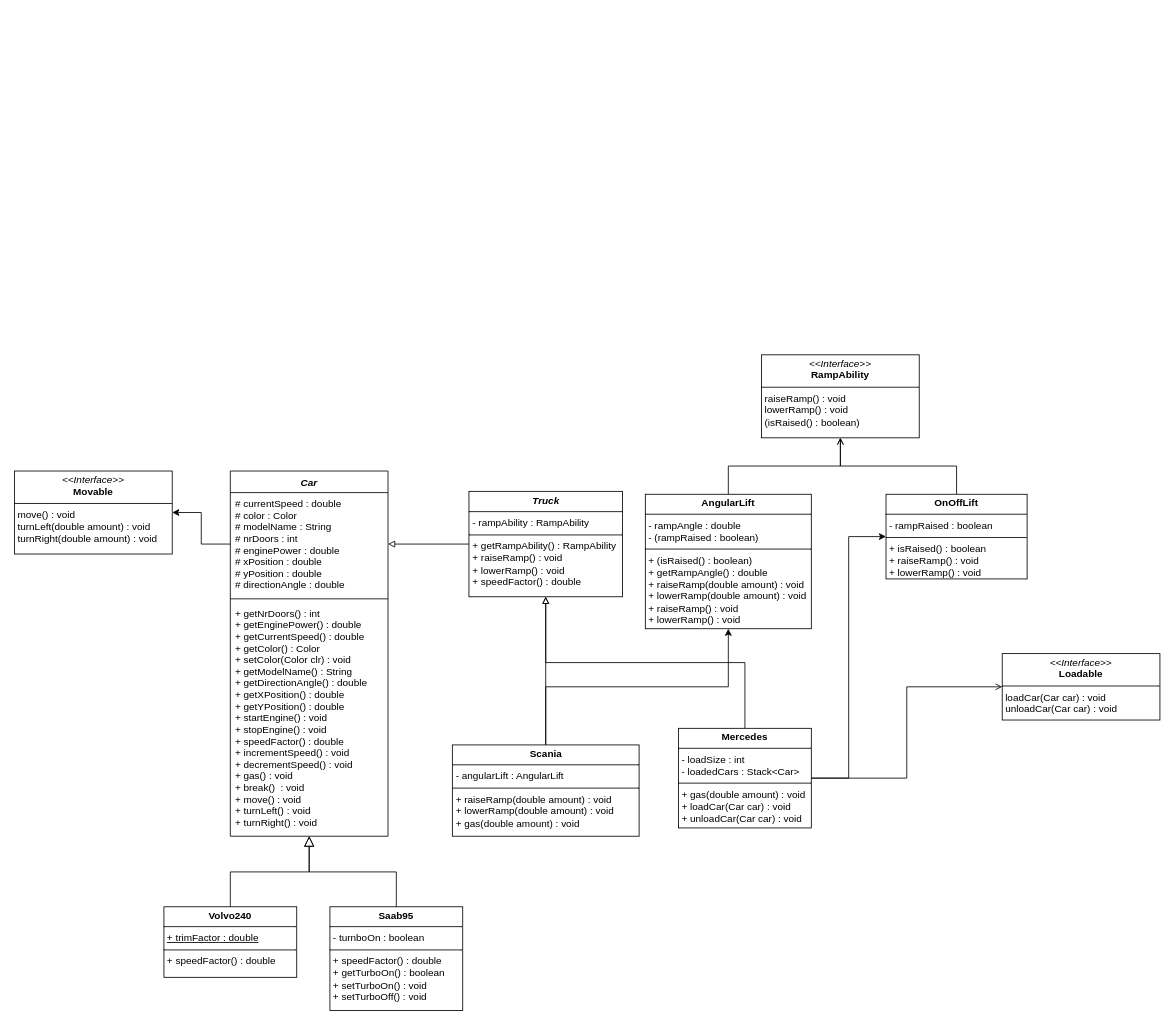
Above: UMLdiagram.drawio in kankodakoda/lab1 (draw.io), before the change. Source tidied: cells renumbered, new cells numbered last; positions are measured from the earlier drawing's top-left corner, leaving out a move shared by most shapes. Both pictures are drawn from the tidied source at 83%, with x=0, y=0 at pixel (14, 354).
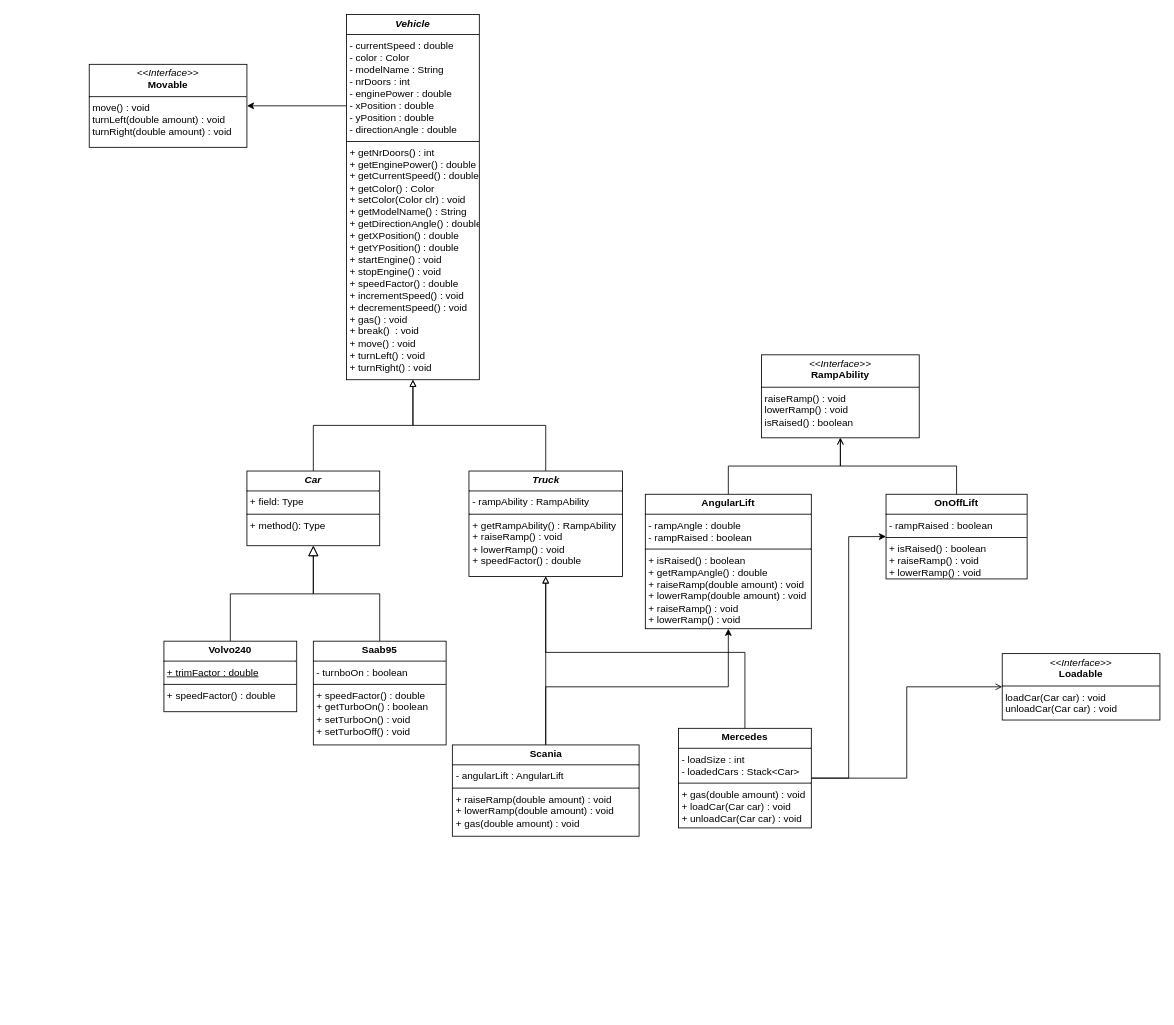
The same page after the edit.

Change to the diagram source:
```diff
@@
-    <mxCell id="2" value="Car" style="swimlane;fontStyle=3;align=center;verticalAlign=top;horizontal=1;startSize=26;rounded=0;shadow=0;strokeWidth=1;" parent="1" vertex="1">
-      <mxGeometry x="260" y="140" width="190" height="440" as="geometry" />
-    </mxCell>
-    <mxCell id="3" value="# currentSpeed : double&#10;# color : Color&#10;# modelName : String&#10;# nrDoors : int&#10;# enginePower : double&#10;# xPosition : double&#10;# yPosition : double&#10;# directionAngle : double&#10;&#10;" style="text;align=left;verticalAlign=top;spacingLeft=4;spacingRight=4;overflow=hidden;points=[[0,0.5],[1,0.5]];portConstraint=eastwest;rounded=0;shadow=0;html=0;" parent="2" vertex="1">
-      <mxGeometry y="26" width="190" height="124" as="geometry" />
-    </mxCell>
-    <mxCell id="4" style="line;html=1;strokeWidth=1;align=left;verticalAlign=middle;spacingTop=-1;spacingLeft=3;spacingRight=3;labelPosition=right;" parent="2" vertex="1">
-      <mxGeometry y="150" width="190" height="8" as="geometry" />
-    </mxCell>
-    <mxCell id="5" value="+ getNrDoors() : int&#10;+ getEnginePower() : double&#10;+ getCurrentSpeed() : double&#10;+ getColor() : Color&#10;+ setColor(Color clr) : void&#10;+ getModelName() : String&#10;+ getDirectionAngle() : double&#10;+ getXPosition() : double&#10;+ getYPosition() : double&#10;+ startEngine() : void&#10;+ stopEngine() : void&#10;+ speedFactor() : double&#10;+ incrementSpeed() : void&#10;+ decrementSpeed() : void&#10;+ gas() : void&#10;+ break()  : void&#10;+ move() : void&#10;+ turnLeft() : void&#10;+ turnRight() : void" style="text;align=left;verticalAlign=top;spacingLeft=4;spacingRight=4;overflow=hidden;" parent="2" vertex="1">
-      <mxGeometry y="158" width="190" height="282" as="geometry" />
-    </mxCell>
-    <mxCell id="6" style="endArrow=block;endSize=10;endFill=0;shadow=0;strokeWidth=1;rounded=0;curved=0;edgeStyle=elbowEdgeStyle;elbow=vertical;exitX=0.5;exitY=0;exitDx=0;exitDy=0;" parent="1" edge="1" source="8" target="2">
+    <mxCell id="6" style="endArrow=block;endSize=10;endFill=0;shadow=0;strokeWidth=1;rounded=0;curved=0;edgeStyle=elbowEdgeStyle;elbow=vertical;exitX=0.5;exitY=0;exitDx=0;exitDy=0;entryX=0.5;entryY=1;entryDx=0;entryDy=0;" parent="1" edge="1" source="8" target="30">
       <mxGeometry relative="1" as="geometry" />
     </mxCell>
-    <mxCell id="7" style="endArrow=block;endSize=10;endFill=0;shadow=0;strokeWidth=1;rounded=0;curved=0;edgeStyle=elbowEdgeStyle;elbow=vertical;exitX=0.5;exitY=0;exitDx=0;exitDy=0;" parent="1" edge="1" source="9" target="2">
+    <mxCell id="7" style="endArrow=block;endSize=10;endFill=0;shadow=0;strokeWidth=1;rounded=0;curved=0;edgeStyle=elbowEdgeStyle;elbow=vertical;exitX=0.5;exitY=0;exitDx=0;exitDy=0;entryX=0.5;entryY=1;entryDx=0;entryDy=0;" parent="1" edge="1" source="9" target="30">
       <mxGeometry relative="1" as="geometry" />
     </mxCell>
     <mxCell id="8" value="&lt;p style=&quot;margin:0px;margin-top:4px;text-align:center;&quot;&gt;&lt;b&gt;Volvo240&lt;/b&gt;&lt;/p&gt;&lt;hr size=&quot;1&quot; style=&quot;border-style:solid;&quot;&gt;&lt;p style=&quot;margin:0px;margin-left:4px;&quot;&gt;&lt;u&gt;+ trimFactor : double&lt;/u&gt;&lt;/p&gt;&lt;hr size=&quot;1&quot; style=&quot;border-style:solid;&quot;&gt;&lt;p style=&quot;margin:0px;margin-left:4px;&quot;&gt;+ speedFactor() : double&lt;/p&gt;" style="verticalAlign=top;align=left;overflow=fill;html=1;whiteSpace=wrap;" parent="1" vertex="1">
-      <mxGeometry x="180" y="665" width="160" height="85" as="geometry" />
+      <mxGeometry x="180" y="345" width="160" height="85" as="geometry" />
     </mxCell>
     <mxCell id="9" value="&lt;p style=&quot;margin:0px;margin-top:4px;text-align:center;&quot;&gt;&lt;b&gt;Saab95&lt;/b&gt;&lt;/p&gt;&lt;hr size=&quot;1&quot; style=&quot;border-style:solid;&quot;&gt;&lt;p style=&quot;margin:0px;margin-left:4px;&quot;&gt;- turnboOn : boolean&lt;/p&gt;&lt;hr size=&quot;1&quot; style=&quot;border-style:solid;&quot;&gt;&lt;p style=&quot;margin:0px;margin-left:4px;&quot;&gt;+ speedFactor() : double&lt;/p&gt;&lt;p style=&quot;margin:0px;margin-left:4px;&quot;&gt;+ getTurboOn() : boolean&lt;/p&gt;&lt;p style=&quot;margin:0px;margin-left:4px;&quot;&gt;+ setTurboOn() : void&lt;/p&gt;&lt;p style=&quot;margin:0px;margin-left:4px;&quot;&gt;+ setTurboOff() : void&lt;/p&gt;" style="verticalAlign=top;align=left;overflow=fill;html=1;whiteSpace=wrap;" parent="1" vertex="1">
-      <mxGeometry x="380" y="665" width="160" height="125" as="geometry" />
+      <mxGeometry x="360" y="345" width="160" height="125" as="geometry" />
     </mxCell>
-    <mxCell id="10" style="edgeStyle=orthogonalEdgeStyle;rounded=0;jettySize=auto;html=1;endArrow=block;endFill=0;" parent="1" edge="1" source="11" target="3">
+    <mxCell id="10" style="edgeStyle=orthogonalEdgeStyle;rounded=0;jettySize=auto;html=1;endArrow=block;endFill=0;entryX=0.5;entryY=1;entryDx=0;entryDy=0;" parent="1" edge="1" source="11" target="28">
       <mxGeometry relative="1" as="geometry" />
     </mxCell>
     <mxCell id="11" value="&lt;p style=&quot;margin:0px;margin-top:4px;text-align:center;&quot;&gt;&lt;b&gt;&lt;i&gt;Truck&lt;/i&gt;&lt;/b&gt;&lt;/p&gt;&lt;hr size=&quot;1&quot; style=&quot;border-style:solid;&quot;&gt;&lt;p style=&quot;margin:0px;margin-left:4px;&quot;&gt;- rampAbility : RampAbility&lt;/p&gt;&lt;hr size=&quot;1&quot; style=&quot;border-style:solid;&quot;&gt;&lt;p style=&quot;margin:0px;margin-left:4px;&quot;&gt;+ getRampAbility() : RampAbility&lt;/p&gt;&lt;p style=&quot;margin:0px;margin-left:4px;&quot;&gt;+ raiseRamp() : void&lt;/p&gt;&lt;p style=&quot;margin:0px;margin-left:4px;&quot;&gt;+ lowerRamp() : void&lt;/p&gt;&lt;p style=&quot;margin:0px;margin-left:4px;&quot;&gt;+ speedFactor() : double&lt;/p&gt;" style="verticalAlign=top;align=left;overflow=fill;html=1;whiteSpace=wrap;" parent="1" vertex="1">
-      <mxGeometry x="547.5" y="164.5" width="185" height="127" as="geometry" />
+      <mxGeometry x="547.5" y="140" width="185" height="127" as="geometry" />
     </mxCell>
@@
     <mxCell id="18" value="&lt;p style=&quot;margin:0px;margin-top:4px;text-align:center;&quot;&gt;&lt;i&gt;&amp;lt;&amp;lt;Interface&amp;gt;&amp;gt;&lt;/i&gt;&lt;br&gt;&lt;b&gt;Movable&lt;/b&gt;&lt;/p&gt;&lt;hr size=&quot;1&quot; style=&quot;border-style:solid;&quot;&gt;&lt;p style=&quot;margin:0px;margin-left:4px;&quot;&gt;move() : void&lt;/p&gt;&lt;p style=&quot;margin:0px;margin-left:4px;&quot;&gt;turnLeft(double amount) : void&lt;/p&gt;&lt;p style=&quot;margin:0px;margin-left:4px;&quot;&gt;turnRight(double amount) : void&lt;/p&gt;" style="verticalAlign=top;align=left;overflow=fill;html=1;whiteSpace=wrap;" parent="1" vertex="1">
-      <mxGeometry y="140" width="190" height="100" as="geometry" />
+      <mxGeometry x="90" y="-350" width="190" height="100" as="geometry" />
     </mxCell>
-    <mxCell id="19" style="edgeStyle=orthogonalEdgeStyle;rounded=0;jettySize=auto;html=1;exitX=0;exitY=0.5;exitDx=0;exitDy=0;entryX=1;entryY=0.5;entryDx=0;entryDy=0;" parent="1" edge="1" source="3" target="18">
+    <mxCell id="19" style="edgeStyle=orthogonalEdgeStyle;rounded=0;jettySize=auto;html=1;exitX=0;exitY=0.25;exitDx=0;exitDy=0;entryX=1;entryY=0.5;entryDx=0;entryDy=0;" parent="1" edge="1" source="28" target="18">
       <mxGeometry relative="1" as="geometry" />
     </mxCell>
-    <mxCell id="20" value="&lt;p style=&quot;margin:0px;margin-top:4px;text-align:center;&quot;&gt;&lt;i&gt;&amp;lt;&amp;lt;Interface&amp;gt;&amp;gt;&lt;/i&gt;&lt;br&gt;&lt;b&gt;RampAbility&lt;/b&gt;&lt;/p&gt;&lt;hr size=&quot;1&quot; style=&quot;border-style:solid;&quot;&gt;&lt;p style=&quot;margin:0px;margin-left:4px;&quot;&gt;raiseRamp() : void&lt;/p&gt;&lt;p style=&quot;margin:0px;margin-left:4px;&quot;&gt;lowerRamp() : void&lt;/p&gt;&lt;p style=&quot;margin:0px;margin-left:4px;&quot;&gt;(isRaised() : boolean)&lt;/p&gt;" style="verticalAlign=top;align=left;overflow=fill;html=1;whiteSpace=wrap;" parent="1" vertex="1">
+    <mxCell id="20" value="&lt;p style=&quot;margin:0px;margin-top:4px;text-align:center;&quot;&gt;&lt;i&gt;&amp;lt;&amp;lt;Interface&amp;gt;&amp;gt;&lt;/i&gt;&lt;br&gt;&lt;b&gt;RampAbility&lt;/b&gt;&lt;/p&gt;&lt;hr size=&quot;1&quot; style=&quot;border-style:solid;&quot;&gt;&lt;p style=&quot;margin:0px;margin-left:4px;&quot;&gt;raiseRamp() : void&lt;/p&gt;&lt;p style=&quot;margin:0px;margin-left:4px;&quot;&gt;lowerRamp() : void&lt;/p&gt;&lt;p style=&quot;margin:0px;margin-left:4px;&quot;&gt;isRaised() : boolean&lt;/p&gt;" style="verticalAlign=top;align=left;overflow=fill;html=1;whiteSpace=wrap;" parent="1" vertex="1">
       <mxGeometry x="900" width="190" height="100" as="geometry" />
     </mxCell>
@@
-    <mxCell id="22" value="&lt;p style=&quot;margin:0px;margin-top:4px;text-align:center;&quot;&gt;&lt;b&gt;AngularLift&lt;/b&gt;&lt;/p&gt;&lt;hr size=&quot;1&quot; style=&quot;border-style:solid;&quot;&gt;&lt;p style=&quot;margin:0px;margin-left:4px;&quot;&gt;- rampAngle : double&lt;/p&gt;&lt;p style=&quot;margin:0px;margin-left:4px;&quot;&gt;- (rampRaised : boolean)&lt;/p&gt;&lt;hr size=&quot;1&quot; style=&quot;border-style:solid;&quot;&gt;&lt;p style=&quot;margin: 0px 0px 0px 4px;&quot;&gt;+ (isRaised() : boolean)&lt;/p&gt;&lt;p style=&quot;margin: 0px 0px 0px 4px;&quot;&gt;+ getRampAngle() : double&lt;/p&gt;&lt;p style=&quot;margin: 0px 0px 0px 4px;&quot;&gt;+ raiseRamp(double amount) : void&lt;/p&gt;&lt;p style=&quot;margin: 0px 0px 0px 4px;&quot;&gt;+ lowerRamp(double amount) : void&lt;/p&gt;&lt;p style=&quot;margin: 0px 0px 0px 4px;&quot;&gt;+ raiseRamp() : void&lt;/p&gt;&lt;p style=&quot;margin: 0px 0px 0px 4px;&quot;&gt;+ lowerRamp() : void&lt;/p&gt;" style="verticalAlign=top;align=left;overflow=fill;html=1;whiteSpace=wrap;" parent="1" vertex="1">
+    <mxCell id="22" value="&lt;p style=&quot;margin:0px;margin-top:4px;text-align:center;&quot;&gt;&lt;b&gt;AngularLift&lt;/b&gt;&lt;/p&gt;&lt;hr size=&quot;1&quot; style=&quot;border-style:solid;&quot;&gt;&lt;p style=&quot;margin:0px;margin-left:4px;&quot;&gt;- rampAngle : double&lt;/p&gt;&lt;p style=&quot;margin:0px;margin-left:4px;&quot;&gt;- rampRaised : boolean&lt;/p&gt;&lt;hr size=&quot;1&quot; style=&quot;border-style:solid;&quot;&gt;&lt;p style=&quot;margin: 0px 0px 0px 4px;&quot;&gt;+ isRaised() : boolean&lt;/p&gt;&lt;p style=&quot;margin: 0px 0px 0px 4px;&quot;&gt;+ getRampAngle() : double&lt;/p&gt;&lt;p style=&quot;margin: 0px 0px 0px 4px;&quot;&gt;+ raiseRamp(double amount) : void&lt;/p&gt;&lt;p style=&quot;margin: 0px 0px 0px 4px;&quot;&gt;+ lowerRamp(double amount) : void&lt;/p&gt;&lt;p style=&quot;margin: 0px 0px 0px 4px;&quot;&gt;+ raiseRamp() : void&lt;/p&gt;&lt;p style=&quot;margin: 0px 0px 0px 4px;&quot;&gt;+ lowerRamp() : void&lt;/p&gt;" style="verticalAlign=top;align=left;overflow=fill;html=1;whiteSpace=wrap;" parent="1" vertex="1">
       <mxGeometry x="760" y="168" width="200" height="162" as="geometry" />
     </mxCell>
@@
+    <mxCell id="28" value="&lt;p style=&quot;margin:0px;margin-top:4px;text-align:center;&quot;&gt;&lt;b&gt;&lt;i&gt;Vehicle&lt;/i&gt;&lt;/b&gt;&lt;/p&gt;&lt;hr size=&quot;1&quot; style=&quot;border-style:solid;&quot;&gt;&lt;p style=&quot;margin:0px;margin-left:4px;&quot;&gt;&lt;span style=&quot;text-wrap: nowrap;&quot;&gt;- currentSpeed : double&lt;/span&gt;&lt;br style=&quot;padding: 0px; margin: 0px; text-wrap: nowrap;&quot;&gt;&lt;span style=&quot;text-wrap: nowrap;&quot;&gt;- color : Color&lt;/span&gt;&lt;br style=&quot;padding: 0px; margin: 0px; text-wrap: nowrap;&quot;&gt;&lt;span style=&quot;text-wrap: nowrap;&quot;&gt;- modelName : String&lt;/span&gt;&lt;br style=&quot;padding: 0px; margin: 0px; text-wrap: nowrap;&quot;&gt;&lt;span style=&quot;text-wrap: nowrap;&quot;&gt;- nrDoors : int&lt;/span&gt;&lt;br style=&quot;padding: 0px; margin: 0px; text-wrap: nowrap;&quot;&gt;&lt;span style=&quot;text-wrap: nowrap;&quot;&gt;- enginePower : double&lt;/span&gt;&lt;br style=&quot;padding: 0px; margin: 0px; text-wrap: nowrap;&quot;&gt;&lt;span style=&quot;text-wrap: nowrap;&quot;&gt;- xPosition : double&lt;/span&gt;&lt;br style=&quot;padding: 0px; margin: 0px; text-wrap: nowrap;&quot;&gt;&lt;span style=&quot;text-wrap: nowrap;&quot;&gt;- yPosition : double&lt;/span&gt;&lt;br style=&quot;padding: 0px; margin: 0px; text-wrap: nowrap;&quot;&gt;&lt;span style=&quot;text-wrap: nowrap;&quot;&gt;- directionAngle : double&lt;/span&gt;&lt;br&gt;&lt;/p&gt;&lt;hr size=&quot;1&quot; style=&quot;border-style:solid;&quot;&gt;&lt;p style=&quot;margin:0px;margin-left:4px;&quot;&gt;&lt;span style=&quot;text-wrap: nowrap;&quot;&gt;+ getNrDoors() : int&lt;/span&gt;&lt;br style=&quot;padding: 0px; margin: 0px; text-wrap: nowrap;&quot;&gt;&lt;span style=&quot;text-wrap: nowrap;&quot;&gt;+ getEnginePower() : double&lt;/span&gt;&lt;br style=&quot;padding: 0px; margin: 0px; text-wrap: nowrap;&quot;&gt;&lt;span style=&quot;text-wrap: nowrap;&quot;&gt;+ getCurrentSpeed() : double&lt;/span&gt;&lt;br style=&quot;padding: 0px; margin: 0px; text-wrap: nowrap;&quot;&gt;&lt;span style=&quot;text-wrap: nowrap;&quot;&gt;+ getColor() : Color&lt;/span&gt;&lt;br style=&quot;padding: 0px; margin: 0px; text-wrap: nowrap;&quot;&gt;&lt;span style=&quot;text-wrap: nowrap;&quot;&gt;+ setColor(Color clr) : void&lt;/span&gt;&lt;br style=&quot;padding: 0px; margin: 0px; text-wrap: nowrap;&quot;&gt;&lt;span style=&quot;text-wrap: nowrap;&quot;&gt;+ getModelName() : String&lt;/span&gt;&lt;br style=&quot;padding: 0px; margin: 0px; text-wrap: nowrap;&quot;&gt;&lt;span style=&quot;text-wrap: nowrap;&quot;&gt;+ getDirectionAngle() : double&lt;/span&gt;&lt;br style=&quot;padding: 0px; margin: 0px; text-wrap: nowrap;&quot;&gt;&lt;span style=&quot;text-wrap: nowrap;&quot;&gt;+ getXPosition() : double&lt;/span&gt;&lt;br style=&quot;padding: 0px; margin: 0px; text-wrap: nowrap;&quot;&gt;&lt;span style=&quot;text-wrap: nowrap;&quot;&gt;+ getYPosition() : double&lt;/span&gt;&lt;br style=&quot;padding: 0px; margin: 0px; text-wrap: nowrap;&quot;&gt;&lt;span style=&quot;text-wrap: nowrap;&quot;&gt;+ startEngine() : void&lt;/span&gt;&lt;br style=&quot;padding: 0px; margin: 0px; text-wrap: nowrap;&quot;&gt;&lt;span style=&quot;text-wrap: nowrap;&quot;&gt;+ stopEngine() : void&lt;/span&gt;&lt;br style=&quot;padding: 0px; margin: 0px; text-wrap: nowrap;&quot;&gt;&lt;span style=&quot;text-wrap: nowrap;&quot;&gt;+ speedFactor() : double&lt;/span&gt;&lt;br style=&quot;padding: 0px; margin: 0px; text-wrap: nowrap;&quot;&gt;&lt;span style=&quot;text-wrap: nowrap;&quot;&gt;+ incrementSpeed() : void&lt;/span&gt;&lt;br style=&quot;padding: 0px; margin: 0px; text-wrap: nowrap;&quot;&gt;&lt;span style=&quot;text-wrap: nowrap;&quot;&gt;+ decrementSpeed() : void&lt;/span&gt;&lt;br style=&quot;padding: 0px; margin: 0px; text-wrap: nowrap;&quot;&gt;&lt;span style=&quot;text-wrap: nowrap;&quot;&gt;+ gas() : void&lt;/span&gt;&lt;br style=&quot;padding: 0px; margin: 0px; text-wrap: nowrap;&quot;&gt;&lt;span style=&quot;text-wrap: nowrap;&quot;&gt;+ break()&amp;nbsp; : void&lt;/span&gt;&lt;br style=&quot;padding: 0px; margin: 0px; text-wrap: nowrap;&quot;&gt;&lt;span style=&quot;text-wrap: nowrap;&quot;&gt;+ move() : void&lt;/span&gt;&lt;br style=&quot;padding: 0px; margin: 0px; text-wrap: nowrap;&quot;&gt;&lt;span style=&quot;text-wrap: nowrap;&quot;&gt;+ turnLeft() : void&lt;/span&gt;&lt;br style=&quot;padding: 0px; margin: 0px; text-wrap: nowrap;&quot;&gt;&lt;span style=&quot;text-wrap: nowrap;&quot;&gt;+ turnRight() : void&lt;/span&gt;&lt;br&gt;&lt;/p&gt;" style="verticalAlign=top;align=left;overflow=fill;html=1;whiteSpace=wrap;" parent="1" vertex="1">
+      <mxGeometry x="400" y="-410" width="160" height="440" as="geometry" />
+    </mxCell>
+    <mxCell id="29" style="edgeStyle=orthogonalEdgeStyle;rounded=0;jettySize=auto;html=1;exitX=0.5;exitY=0;exitDx=0;exitDy=0;endArrow=block;endFill=0;entryX=0.5;entryY=1;entryDx=0;entryDy=0;" parent="1" edge="1" source="30" target="28">
+      <mxGeometry relative="1" as="geometry" />
+    </mxCell>
+    <mxCell id="30" value="&lt;p style=&quot;margin:0px;margin-top:4px;text-align:center;&quot;&gt;&lt;b&gt;&lt;i&gt;Car&lt;/i&gt;&lt;/b&gt;&lt;/p&gt;&lt;hr size=&quot;1&quot; style=&quot;border-style:solid;&quot;&gt;&lt;p style=&quot;margin:0px;margin-left:4px;&quot;&gt;+ field: Type&lt;/p&gt;&lt;hr size=&quot;1&quot; style=&quot;border-style:solid;&quot;&gt;&lt;p style=&quot;margin:0px;margin-left:4px;&quot;&gt;+ method(): Type&lt;/p&gt;" style="verticalAlign=top;align=left;overflow=fill;html=1;whiteSpace=wrap;" parent="1" vertex="1">
+      <mxGeometry x="280" y="140" width="160" height="90" as="geometry" />
+    </mxCell>
```
